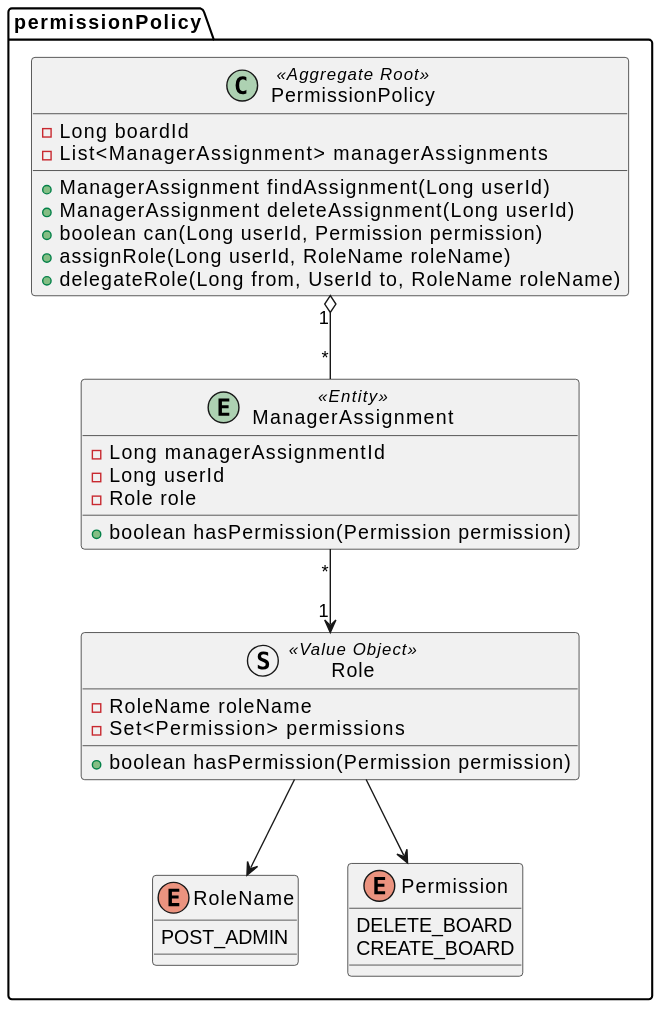
SimpleBoardTeam/server-hyunchang keeps this PlantUML diagram as document/puml/domain/permissioncontext/permissionPolicyAggregate.svg. Above is the earlier version.
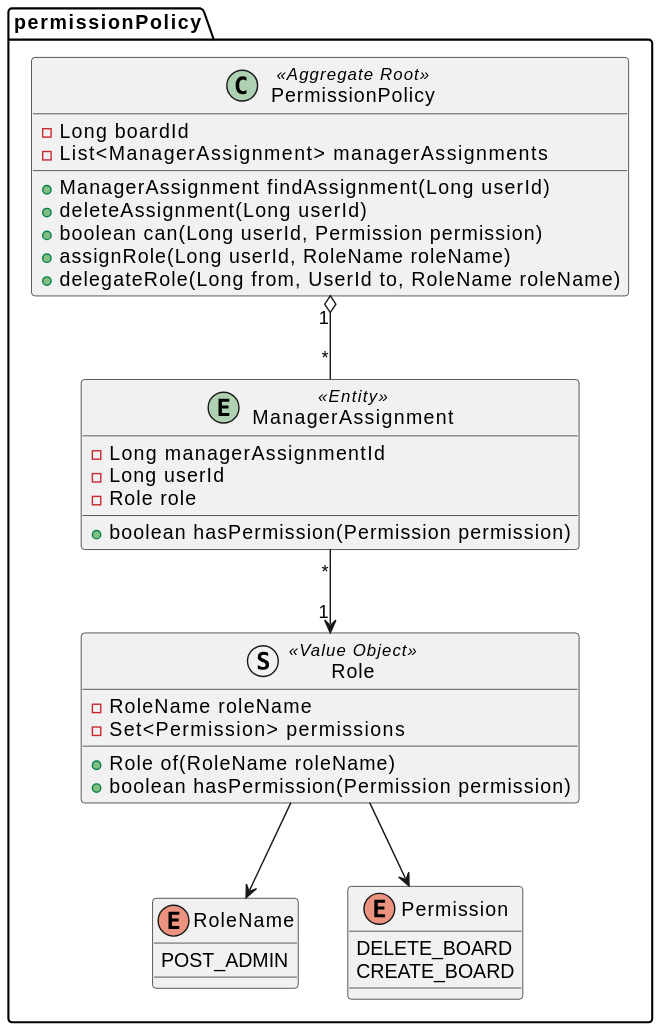
The same file after the commit.

Commit message:
chore(diagram): auto-generate SVGs

What changed in the source:
```diff
@@ -4,7 +4,7 @@
     - Long boardId
     - List<ManagerAssignment> managerAssignments
     + ManagerAssignment findAssignment(Long userId)
-    + ManagerAssignment deleteAssignment(Long userId)
+    + deleteAssignment(Long userId)
     + boolean can(Long userId, Permission permission)
     + assignRole(Long userId, RoleName roleName)
     + delegateRole(Long from, UserId to, RoleName roleName)
@@ -20,6 +20,7 @@
   struct Role <<Value Object>>{
     - RoleName roleName
     - Set<Permission> permissions
+    + Role of(RoleName roleName)
     + boolean hasPermission(Permission permission)
   }
 
```
